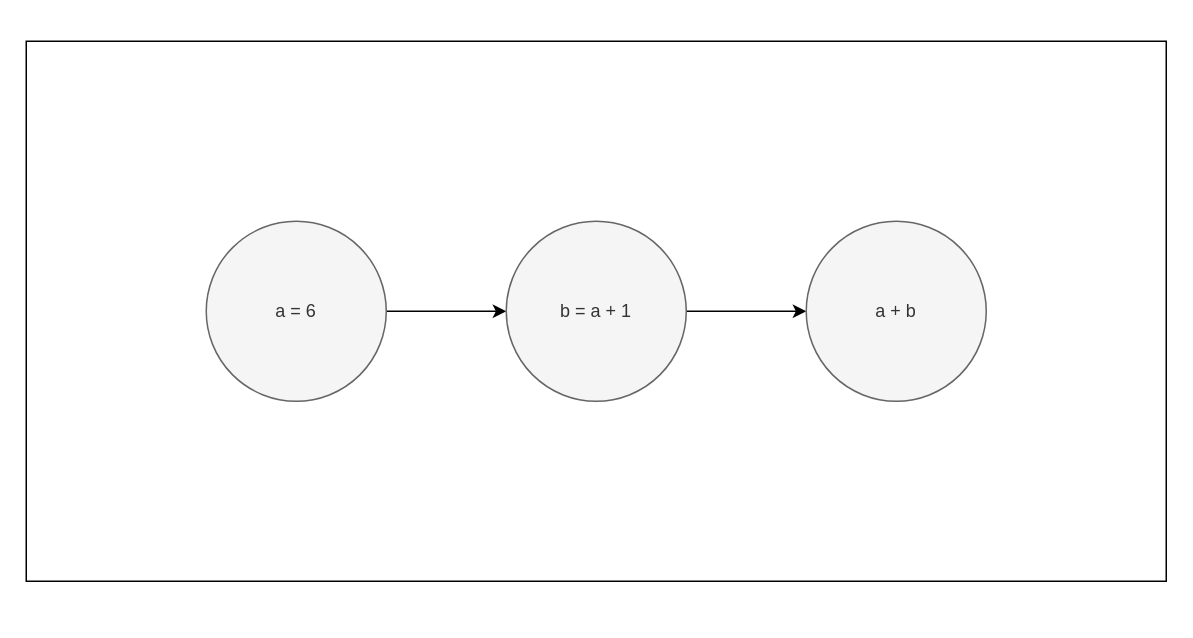
Earlier version of the draw.io diagram content/posts/marimo-overview/notebooks/hidden_states/dags/marimo_dag.drawio (undeMalum/portfolio). Source tidied: cells renumbered, new cells numbered last; positions are measured from the earlier drawing's top-left corner, leaving out a move shared by most shapes. Both pictures are drawn from the tidied source at 150%, with x=0, y=0 at pixel (26, 40).
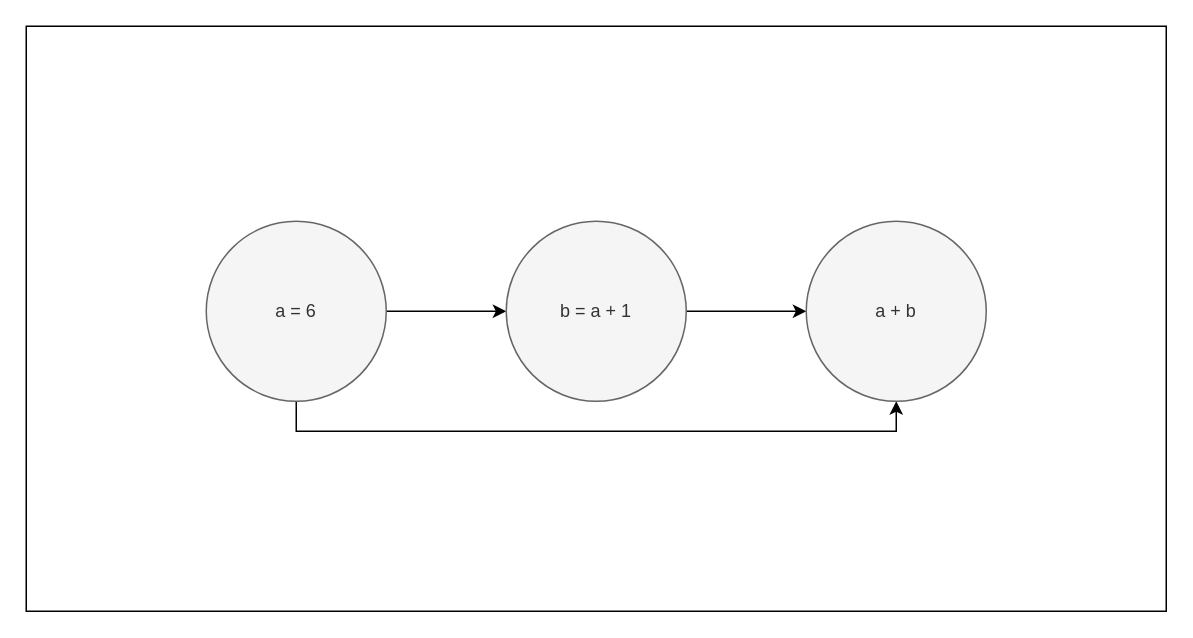
The same page after the edit.

Commit message (it also covers changes not shown here):
Repair marimo DAG diagram

Change to the diagram source:
```diff
@@
 <mxGraphModel>
   <root>
     <mxCell id="0" />
     <mxCell id="1" parent="0" />
     <mxCell id="2" style="rounded=0;whiteSpace=wrap;html=1;fillStyle=solid;" parent="1" vertex="1">
-      <mxGeometry width="760" height="360" as="geometry" />
+      <mxGeometry y="-10" width="760" height="390" as="geometry" />
     </mxCell>
     <mxCell id="3" style="edgeStyle=orthogonalEdgeStyle;rounded=0;jettySize=auto;html=1;exitX=1;exitY=0.5;exitDx=0;exitDy=0;" parent="1" edge="1" source="4" target="6">
       <mxGeometry relative="1" as="geometry" />
     </mxCell>
+    <mxCell id="8" style="edgeStyle=orthogonalEdgeStyle;rounded=0;jettySize=auto;html=1;exitX=0.5;exitY=1;exitDx=0;exitDy=0;entryX=1;entryY=0.5;entryDx=0;entryDy=0;" parent="1" edge="1" source="4" target="7">
+      <mxGeometry relative="1" as="geometry" />
+    </mxCell>
     <mxCell id="4" value="a = 6" style="ellipse;whiteSpace=wrap;html=1;fillColor=#f5f5f5;fontColor=#333333;strokeColor=#666666;" parent="1" vertex="1">
       <mxGeometry x="120" y="120" width="120" height="120" as="geometry" />
     </mxCell>
     <mxCell id="5" style="edgeStyle=orthogonalEdgeStyle;rounded=0;jettySize=auto;html=1;exitX=1;exitY=0.5;exitDx=0;exitDy=0;" parent="1" edge="1" source="6" target="7">
       <mxGeometry relative="1" as="geometry" />
     </mxCell>
     <mxCell id="6" value="b = a + 1" style="ellipse;whiteSpace=wrap;html=1;fillColor=#f5f5f5;fontColor=#333333;strokeColor=#666666;" parent="1" vertex="1">
       <mxGeometry x="320" y="120" width="120" height="120" as="geometry" />
     </mxCell>
     <mxCell id="7" value="a + b" style="ellipse;whiteSpace=wrap;html=1;fillColor=#f5f5f5;fontColor=#333333;strokeColor=#666666;direction=south;" parent="1" vertex="1">
       <mxGeometry x="520" y="120" width="120" height="120" as="geometry" />
     </mxCell>
   </root>
 </mxGraphModel>
```
